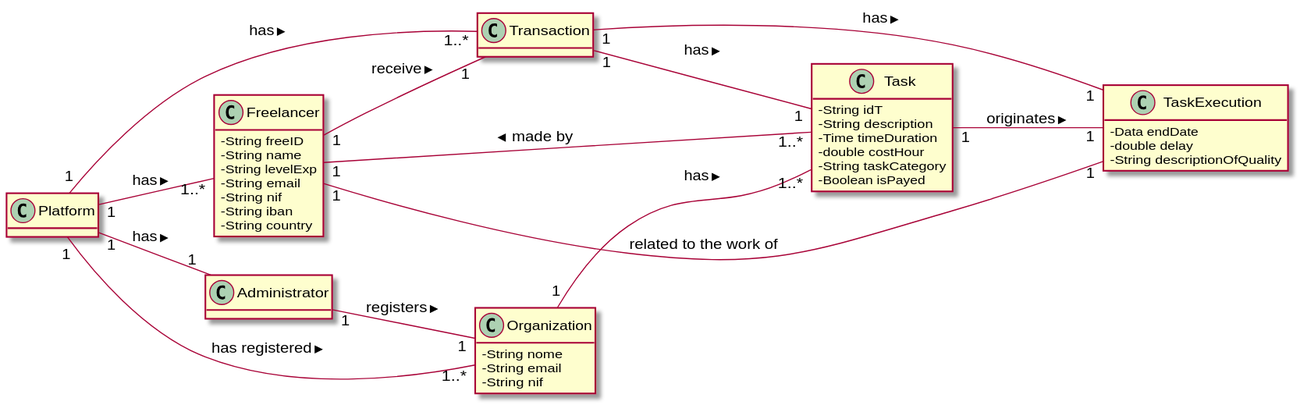
The PlantUML diagram docs/UC9 - Check Freelancer Performance/UC9_MD.svg in 1190452/LAPR2, before a commit.
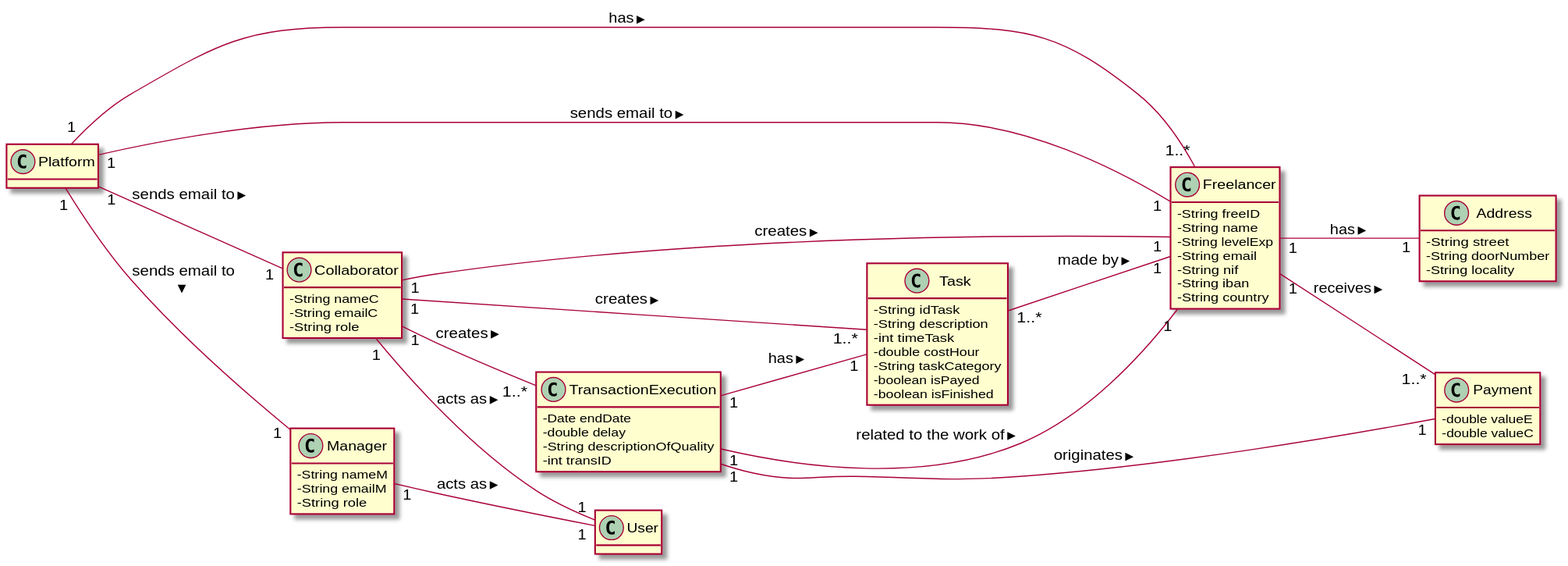
The same file after the commit.

Change to the diagram source:
```diff
@@ -15,59 +15,72 @@
   -String country
 }
 
-class Organization {
-  -String nome
-  -String email
-  -String nif
+
+class Collaborator{
+  -String nameC
+  -String emailC
+  -String role
+}
+
+class Task {
+  -String idTask
+  -String description
+  -int timeTask
+  -double costHour
+  -String taskCategory
+  -boolean isPayed
+  -boolean isFinished
+}
+
+class Manager {
+  -String nameM
+  -String emailM
+  -String role
+}
+
+class User {
+}
+
+class TransactionExecution {
+  -Date endDate
+  -double delay
+  -String descriptionOfQuality
+  -int transID
+}
+
+class Address{
+  -String street
+  -String doorNumber
+  -String locality
 }
 
 
-class Task {
-  -String idT
-  -String description
-  -Time timeDuration
-  -double costHour
-  -String taskCategory
-  -Boolean isPayed
-}
-
-class Transaction {
-
+class Payment{
+  -double valueE
+  -double valueC
 }
 
 
-class Administrator {
-}
-
-
-class TaskExecution{
-  -Data endDate
-  -double delay
-  -String descriptionOfQuality
-  }
-
-Freelancer "1" -- "1" Transaction: receive >
-
+Freelancer "1" -- "1..*" Payment: receives >
+Freelancer "1" -- "1" Address: has >
 
 Task "1..*" -- "1" Freelancer: made by >
 
-
-Platform "1" -- "1..*" Transaction: has >
-Platform "1" -- "1" Administrator: has >
-Platform "1" -- "1..*" Organization: has registered >
 Platform "1" -- "1..*" Freelancer: has >
+Platform "1" -- "1" Freelancer: sends email to >
+Platform "1" -- "1" Collaborator: sends email to >
+Platform "1" -- "1" Manager: sends email to >
 
 
-Organization "1" -- "1..*" Task: has >
+Manager "1" -- "1" User: acts as >
 
 
-Administrator "1" -- "1" Organization: registers >
+TransactionExecution "1" -- "1" Task : has >
+TransactionExecution "1" -- "1" Freelancer: related to the work of >
+TransactionExecution "1" -- "1" Payment : originates >
 
-Transaction "1" -- "1" Task: has >
-Transaction "1" -- "1" TaskExecution: has >
-
-
-TaskExecution "1" -- "1" Freelancer: related to the work of
-
-Task "1" -- "1" TaskExecution : originates >
+Collaborator "1" -- "1" Freelancer: creates >
+Collaborator "1" -- "1..*" Task: creates >
+Collaborator "1" -- "1..*" TransactionExecution: creates >
+Collaborator "1" -- "1" User: acts as >
 @enduml
```
